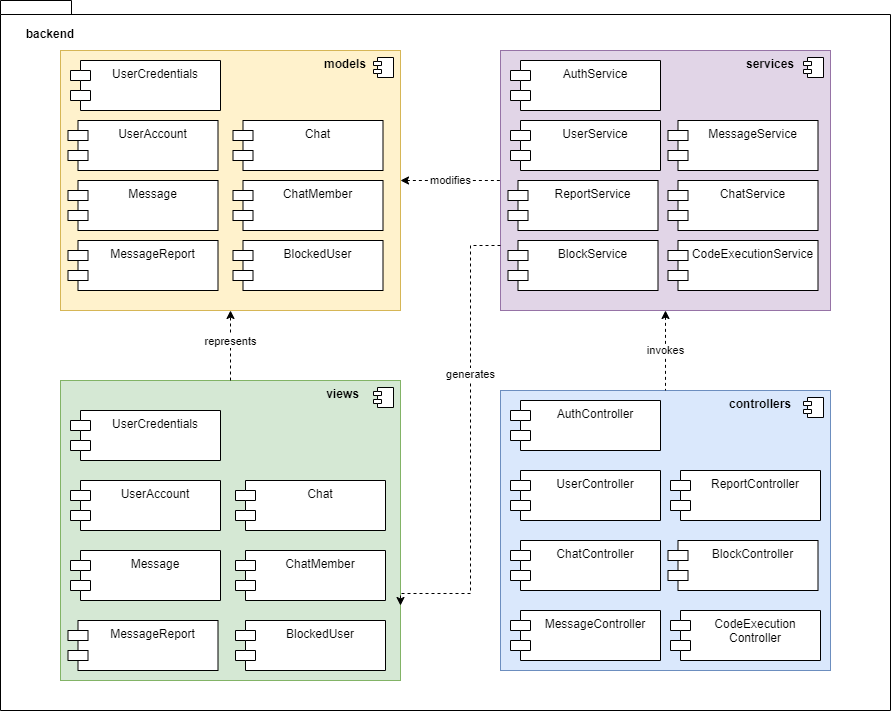
Earlier version of the draw.io export assets/diagrams/backend-modules.png (iulian-rusu/discode). Source tidied: cells renumbered, new cells last; positions are measured from the earlier drawing's top-left corner, leaving out a move shared by most shapes.
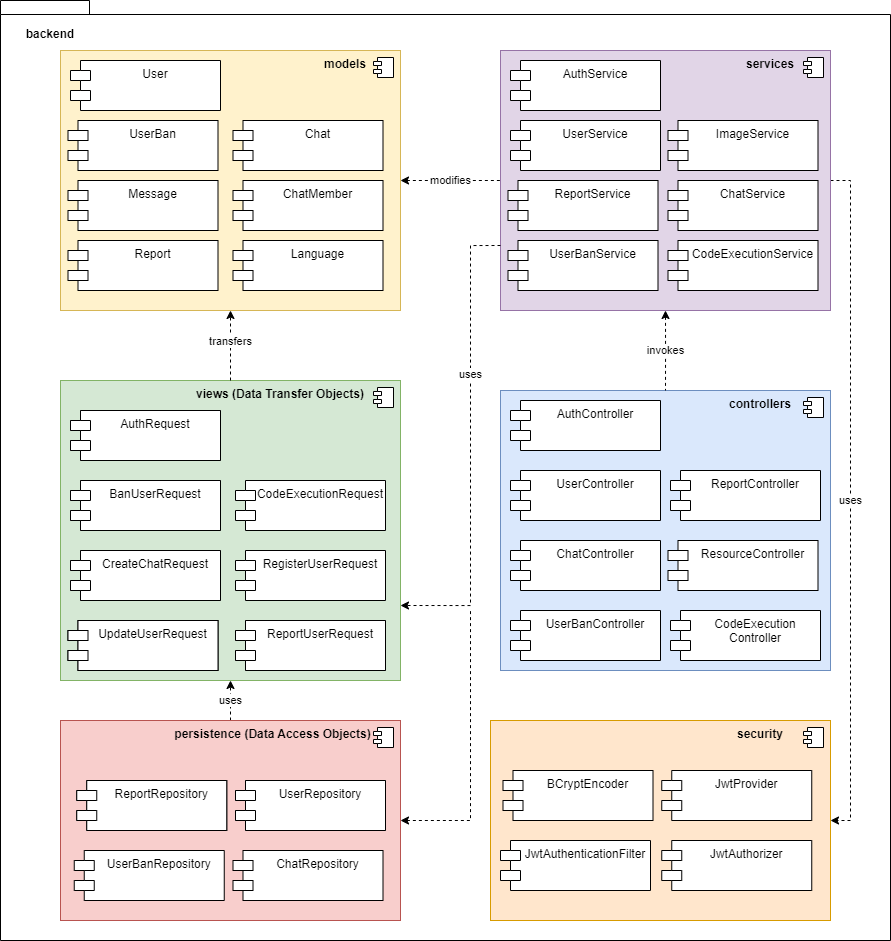
After the commit.

The edit, as a diff of the source:
```diff
@@ -3,7 +3,7 @@
     <mxCell id="0" />
     <mxCell id="1" parent="0" />
     <mxCell id="2" style="shape=folder;fontStyle=1;spacingTop=10;tabWidth=40;tabHeight=14;tabPosition=left;html=1;" parent="1" vertex="1">
-      <mxGeometry width="890" height="710" as="geometry" />
+      <mxGeometry width="890" height="940" as="geometry" />
     </mxCell>
     <mxCell id="3" value="backend" style="text;align=center;fontStyle=1;verticalAlign=middle;spacingLeft=3;spacingRight=3;strokeColor=none;" parent="1" vertex="1">
       <mxGeometry x="10" y="20" width="80" height="26" as="geometry" />
@@ -24,6 +24,14 @@
         <mxPoint x="-27" y="7" as="offset" />
       </mxGeometry>
     </mxCell>
+    <mxCell id="48" value="uses" style="edgeStyle=orthogonalEdgeStyle;rounded=0;jettySize=auto;html=1;entryX=1;entryY=0.5;entryDx=0;entryDy=0;dashed=1;startArrow=none;startFill=0;endArrow=classic;endFill=1;strokeWidth=1;" parent="1" edge="1" source="8" target="62">
+      <mxGeometry relative="1" as="geometry">
+        <Array as="points">
+          <mxPoint x="850" y="180" />
+          <mxPoint x="850" y="820" />
+        </Array>
+      </mxGeometry>
+    </mxCell>
     <mxCell id="8" style="html=1;fillColor=#e1d5e7;strokeColor=#9673a6;" parent="1" vertex="1">
       <mxGeometry x="500" y="50" width="330" height="260" as="geometry" />
     </mxCell>
@@ -32,10 +40,10 @@
         <mxPoint x="-27" y="7" as="offset" />
       </mxGeometry>
     </mxCell>
-    <mxCell id="10" value="UserCredentials" style="shape=module;align=left;spacingLeft=20;align=center;verticalAlign=top;" parent="1" vertex="1">
+    <mxCell id="10" value="User" style="shape=module;align=left;spacingLeft=20;align=center;verticalAlign=top;" parent="1" vertex="1">
       <mxGeometry x="70" y="60" width="150" height="50" as="geometry" />
     </mxCell>
-    <mxCell id="11" value="UserAccount" style="shape=module;align=left;spacingLeft=20;align=center;verticalAlign=top;" parent="1" vertex="1">
+    <mxCell id="11" value="UserBan" style="shape=module;align=left;spacingLeft=20;align=center;verticalAlign=top;" parent="1" vertex="1">
       <mxGeometry x="67.5" y="120" width="150" height="50" as="geometry" />
     </mxCell>
     <mxCell id="12" value="models" style="text;align=center;fontStyle=1;verticalAlign=middle;spacingLeft=3;spacingRight=3;strokeColor=none;" parent="1" vertex="1">
@@ -50,10 +58,10 @@
     <mxCell id="15" value="ChatMember" style="shape=module;align=left;spacingLeft=20;align=center;verticalAlign=top;" parent="1" vertex="1">
       <mxGeometry x="232.5" y="180" width="150" height="50" as="geometry" />
     </mxCell>
-    <mxCell id="16" value="MessageReport" style="shape=module;align=left;spacingLeft=20;align=center;verticalAlign=top;" parent="1" vertex="1">
+    <mxCell id="16" value="Report" style="shape=module;align=left;spacingLeft=20;align=center;verticalAlign=top;" parent="1" vertex="1">
       <mxGeometry x="67.5" y="240" width="150" height="50" as="geometry" />
     </mxCell>
-    <mxCell id="17" value="BlockedUser" style="shape=module;align=left;spacingLeft=20;align=center;verticalAlign=top;" parent="1" vertex="1">
+    <mxCell id="17" value="Language" style="shape=module;align=left;spacingLeft=20;align=center;verticalAlign=top;" parent="1" vertex="1">
       <mxGeometry x="232.5" y="240" width="150" height="50" as="geometry" />
     </mxCell>
     <mxCell id="18" value="services" style="text;align=center;fontStyle=1;verticalAlign=middle;spacingLeft=3;spacingRight=3;strokeColor=none;" parent="1" vertex="1">
@@ -74,7 +82,7 @@
     <mxCell id="23" value="UserService" style="shape=module;align=left;spacingLeft=20;align=center;verticalAlign=top;" parent="1" vertex="1">
       <mxGeometry x="510" y="120" width="150" height="50" as="geometry" />
     </mxCell>
-    <mxCell id="24" value="MessageService" style="shape=module;align=left;spacingLeft=20;align=center;verticalAlign=top;" parent="1" vertex="1">
+    <mxCell id="24" value="ImageService" style="shape=module;align=left;spacingLeft=20;align=center;verticalAlign=top;" parent="1" vertex="1">
       <mxGeometry x="667.5" y="120" width="150" height="50" as="geometry" />
     </mxCell>
     <mxCell id="25" style="html=1;fillColor=#d5e8d4;strokeColor=#82b366;" parent="1" vertex="1">
@@ -85,28 +93,28 @@
         <mxPoint x="-27" y="7" as="offset" />
       </mxGeometry>
     </mxCell>
-    <mxCell id="27" value="views" style="text;align=center;fontStyle=1;verticalAlign=middle;spacingLeft=3;spacingRight=3;strokeColor=none;" parent="1" vertex="1">
-      <mxGeometry x="302.5" y="380" width="80" height="26" as="geometry" />
+    <mxCell id="27" value="views (Data Transfer Objects)" style="text;align=center;fontStyle=1;verticalAlign=middle;spacingLeft=3;spacingRight=3;strokeColor=none;" parent="1" vertex="1">
+      <mxGeometry x="240" y="380" width="80" height="26" as="geometry" />
     </mxCell>
-    <mxCell id="28" value="UserCredentials" style="shape=module;align=left;spacingLeft=20;align=center;verticalAlign=top;" parent="1" vertex="1">
+    <mxCell id="28" value="AuthRequest" style="shape=module;align=left;spacingLeft=20;align=center;verticalAlign=top;" parent="1" vertex="1">
       <mxGeometry x="70" y="410" width="150" height="50" as="geometry" />
     </mxCell>
-    <mxCell id="29" value="UserAccount" style="shape=module;align=left;spacingLeft=20;align=center;verticalAlign=top;" parent="1" vertex="1">
+    <mxCell id="29" value="BanUserRequest" style="shape=module;align=left;spacingLeft=20;align=center;verticalAlign=top;" parent="1" vertex="1">
       <mxGeometry x="70" y="480" width="150" height="50" as="geometry" />
     </mxCell>
-    <mxCell id="30" value="Message" style="shape=module;align=left;spacingLeft=20;align=center;verticalAlign=top;" parent="1" vertex="1">
+    <mxCell id="30" value="CreateChatRequest" style="shape=module;align=left;spacingLeft=20;align=center;verticalAlign=top;" parent="1" vertex="1">
       <mxGeometry x="70" y="550" width="150" height="50" as="geometry" />
     </mxCell>
-    <mxCell id="31" value="ChatMember" style="shape=module;align=left;spacingLeft=20;align=center;verticalAlign=top;" parent="1" vertex="1">
+    <mxCell id="31" value="RegisterUserRequest" style="shape=module;align=left;spacingLeft=20;align=center;verticalAlign=top;" parent="1" vertex="1">
       <mxGeometry x="235" y="550" width="150" height="50" as="geometry" />
     </mxCell>
-    <mxCell id="32" value="MessageReport" style="shape=module;align=left;spacingLeft=20;align=center;verticalAlign=top;" parent="1" vertex="1">
+    <mxCell id="32" value="UpdateUserRequest" style="shape=module;align=left;spacingLeft=20;align=center;verticalAlign=top;" parent="1" vertex="1">
       <mxGeometry x="67.5" y="620" width="150" height="50" as="geometry" />
     </mxCell>
-    <mxCell id="33" value="Chat" style="shape=module;align=left;spacingLeft=20;align=center;verticalAlign=top;" parent="1" vertex="1">
+    <mxCell id="33" value="CodeExecutionRequest" style="shape=module;align=left;spacingLeft=20;align=center;verticalAlign=top;" parent="1" vertex="1">
       <mxGeometry x="235" y="480" width="150" height="50" as="geometry" />
     </mxCell>
-    <mxCell id="34" value="BlockedUser" style="shape=module;align=left;spacingLeft=20;align=center;verticalAlign=top;" parent="1" vertex="1">
+    <mxCell id="34" value="ReportUserRequest" style="shape=module;align=left;spacingLeft=20;align=center;verticalAlign=top;" parent="1" vertex="1">
       <mxGeometry x="235" y="620" width="150" height="50" as="geometry" />
     </mxCell>
     <mxCell id="35" value="AuthController" style="shape=module;align=left;spacingLeft=20;align=center;verticalAlign=top;" parent="1" vertex="1">
@@ -118,7 +126,7 @@
     <mxCell id="37" value="ChatController" style="shape=module;align=left;spacingLeft=20;align=center;verticalAlign=top;" parent="1" vertex="1">
       <mxGeometry x="510" y="540" width="150" height="50" as="geometry" />
     </mxCell>
-    <mxCell id="38" value="MessageController" style="shape=module;align=left;spacingLeft=20;align=center;verticalAlign=top;" parent="1" vertex="1">
+    <mxCell id="38" value="UserBanController" style="shape=module;align=left;spacingLeft=20;align=center;verticalAlign=top;" parent="1" vertex="1">
       <mxGeometry x="510" y="610" width="150" height="50" as="geometry" />
     </mxCell>
     <mxCell id="39" value="ReportController" style="shape=module;align=left;spacingLeft=20;align=center;verticalAlign=top;" parent="1" vertex="1">
@@ -141,7 +149,7 @@
         </Array>
       </mxGeometry>
     </mxCell>
-    <mxCell id="44" value="represents" style="endArrow=classic;dashed=1;html=1;rounded=0;edgeStyle=orthogonalEdgeStyle;entryX=0.5;entryY=1;entryDx=0;entryDy=0;startArrow=none;startFill=0;endFill=1;exitX=0.5;exitY=0;exitDx=0;exitDy=0;" parent="1" edge="1" source="25" target="4">
+    <mxCell id="44" value="transfers" style="endArrow=classic;dashed=1;html=1;rounded=0;edgeStyle=orthogonalEdgeStyle;entryX=0.5;entryY=1;entryDx=0;entryDy=0;startArrow=none;startFill=0;endFill=1;exitX=0.5;exitY=0;exitDx=0;exitDy=0;" parent="1" edge="1" source="25" target="4">
       <mxGeometry x="0.12" relative="1" as="geometry">
         <Array as="points">
           <mxPoint x="230" y="340" />
@@ -149,19 +157,97 @@
         </Array>
       </mxGeometry>
     </mxCell>
-    <mxCell id="45" value="generates" style="endArrow=classic;dashed=1;html=1;rounded=0;edgeStyle=orthogonalEdgeStyle;exitX=0;exitY=0.75;exitDx=0;exitDy=0;entryX=1;entryY=0.75;entryDx=0;entryDy=0;startArrow=none;startFill=0;endFill=1;" parent="1" edge="1" source="8" target="25">
+    <mxCell id="45" value="uses" style="endArrow=classic;dashed=1;html=1;rounded=0;edgeStyle=orthogonalEdgeStyle;exitX=0;exitY=0.75;exitDx=0;exitDy=0;entryX=1;entryY=0.75;entryDx=0;entryDy=0;startArrow=none;startFill=0;endFill=1;" parent="1" edge="1" source="8" target="25">
       <mxGeometry x="-0.31" relative="1" as="geometry">
         <Array as="points">
           <mxPoint x="470" y="245" />
-          <mxPoint x="470" y="593" />
+          <mxPoint x="470" y="605" />
         </Array>
       </mxGeometry>
     </mxCell>
-    <mxCell id="46" value="BlockController" style="shape=module;align=left;spacingLeft=20;align=center;verticalAlign=top;" parent="1" vertex="1">
+    <mxCell id="46" value="ResourceController" style="shape=module;align=left;spacingLeft=20;align=center;verticalAlign=top;" parent="1" vertex="1">
       <mxGeometry x="667.5" y="540" width="150" height="50" as="geometry" />
     </mxCell>
-    <mxCell id="47" value="BlockService" style="shape=module;align=left;spacingLeft=20;align=center;verticalAlign=top;" parent="1" vertex="1">
+    <mxCell id="47" value="UserBanService" style="shape=module;align=left;spacingLeft=20;align=center;verticalAlign=top;" parent="1" vertex="1">
       <mxGeometry x="507.5" y="240" width="150" height="50" as="geometry" />
     </mxCell>
+    <mxCell id="49" value="uses" style="edgeStyle=orthogonalEdgeStyle;rounded=0;jettySize=auto;html=1;dashed=1;" parent="1" edge="1" source="50" target="25">
+      <mxGeometry relative="1" as="geometry" />
+    </mxCell>
+    <mxCell id="50" style="html=1;fillColor=#f8cecc;strokeColor=#b85450;" parent="1" vertex="1">
+      <mxGeometry x="60" y="720" width="340" height="200" as="geometry" />
+    </mxCell>
+    <mxCell id="51" style="shape=module;jettyWidth=8;jettyHeight=4;" parent="50" vertex="1">
+      <mxGeometry x="1" width="20" height="20" relative="1" as="geometry">
+        <mxPoint x="-27" y="7" as="offset" />
+      </mxGeometry>
+    </mxCell>
+    <mxCell id="52" value="persistence (Data Access Objects)" style="text;align=center;fontStyle=1;verticalAlign=middle;spacingLeft=3;spacingRight=3;strokeColor=none;" parent="1" vertex="1">
+      <mxGeometry x="232.5" y="720" width="80" height="26" as="geometry" />
+    </mxCell>
+    <mxCell id="53" value="AuthRequest" style="shape=module;align=left;spacingLeft=20;align=center;verticalAlign=top;" parent="1" vertex="1">
+      <mxGeometry x="70" y="410" width="150" height="50" as="geometry" />
+    </mxCell>
+    <mxCell id="54" value="BanUserRequest" style="shape=module;align=left;spacingLeft=20;align=center;verticalAlign=top;" parent="1" vertex="1">
+      <mxGeometry x="70" y="480" width="150" height="50" as="geometry" />
+    </mxCell>
+    <mxCell id="55" value="CreateChatRequest" style="shape=module;align=left;spacingLeft=20;align=center;verticalAlign=top;" parent="1" vertex="1">
+      <mxGeometry x="70" y="550" width="150" height="50" as="geometry" />
+    </mxCell>
+    <mxCell id="56" value="UpdateUserRequest" style="shape=module;align=left;spacingLeft=20;align=center;verticalAlign=top;" parent="1" vertex="1">
+      <mxGeometry x="67.5" y="620" width="150" height="50" as="geometry" />
+    </mxCell>
+    <mxCell id="57" value="ReportUserRequest" style="shape=module;align=left;spacingLeft=20;align=center;verticalAlign=top;" parent="1" vertex="1">
+      <mxGeometry x="235" y="620" width="150" height="50" as="geometry" />
+    </mxCell>
+    <mxCell id="58" value="UserRepository" style="shape=module;align=left;spacingLeft=20;align=center;verticalAlign=top;" parent="1" vertex="1">
+      <mxGeometry x="235" y="780" width="150" height="50" as="geometry" />
+    </mxCell>
+    <mxCell id="59" value="ReportRepository" style="shape=module;align=left;spacingLeft=20;align=center;verticalAlign=top;" parent="1" vertex="1">
+      <mxGeometry x="76.2" y="780" width="150" height="50" as="geometry" />
+    </mxCell>
+    <mxCell id="60" value="UserBanRepository" style="shape=module;align=left;spacingLeft=20;align=center;verticalAlign=top;" parent="1" vertex="1">
+      <mxGeometry x="73.8" y="850" width="150" height="50" as="geometry" />
+    </mxCell>
+    <mxCell id="61" value="ChatRepository" style="shape=module;align=left;spacingLeft=20;align=center;verticalAlign=top;" parent="1" vertex="1">
+      <mxGeometry x="232.5" y="850" width="150" height="50" as="geometry" />
+    </mxCell>
+    <mxCell id="62" style="html=1;fillColor=#ffe6cc;strokeColor=#d79b00;" parent="1" vertex="1">
+      <mxGeometry x="490" y="720" width="340" height="200" as="geometry" />
+    </mxCell>
+    <mxCell id="63" style="shape=module;jettyWidth=8;jettyHeight=4;" parent="62" vertex="1">
+      <mxGeometry x="1" width="20" height="20" relative="1" as="geometry">
+        <mxPoint x="-27" y="7" as="offset" />
+      </mxGeometry>
+    </mxCell>
+    <mxCell id="64" value="security" style="text;align=center;fontStyle=1;verticalAlign=middle;spacingLeft=3;spacingRight=3;strokeColor=none;" parent="1" vertex="1">
+      <mxGeometry x="720" y="720" width="80" height="26" as="geometry" />
+    </mxCell>
+    <mxCell id="65" style="endArrow=none;dashed=1;html=1;strokeWidth=1;rounded=0;exitX=1;exitY=0.5;exitDx=0;exitDy=0;endFill=0;startArrow=classic;startFill=1;" parent="1" edge="1" source="50">
+      <mxGeometry relative="1" as="geometry">
+        <mxPoint x="470" y="610" as="targetPoint" />
+        <Array as="points">
+          <mxPoint x="470" y="820" />
+        </Array>
+      </mxGeometry>
+    </mxCell>
+    <mxCell id="66" value="ReportRepository" style="shape=module;align=left;spacingLeft=20;align=center;verticalAlign=top;" parent="1" vertex="1">
+      <mxGeometry x="76.2" y="780" width="150" height="50" as="geometry" />
+    </mxCell>
+    <mxCell id="67" value="UserRepository" style="shape=module;align=left;spacingLeft=20;align=center;verticalAlign=top;" parent="1" vertex="1">
+      <mxGeometry x="235" y="780" width="150" height="50" as="geometry" />
+    </mxCell>
+    <mxCell id="68" value="JwtAuthenticationFilter" style="shape=module;align=left;spacingLeft=20;align=center;verticalAlign=top;" parent="1" vertex="1">
+      <mxGeometry x="500" y="840" width="150" height="50" as="geometry" />
+    </mxCell>
+    <mxCell id="69" value="BCryptEncoder" style="shape=module;align=left;spacingLeft=20;align=center;verticalAlign=top;" parent="1" vertex="1">
+      <mxGeometry x="502.5" y="770" width="150" height="50" as="geometry" />
+    </mxCell>
+    <mxCell id="70" value="JwtProvider" style="shape=module;align=left;spacingLeft=20;align=center;verticalAlign=top;" parent="1" vertex="1">
+      <mxGeometry x="661.2" y="770" width="150" height="50" as="geometry" />
+    </mxCell>
+    <mxCell id="71" value="JwtAuthorizer" style="shape=module;align=left;spacingLeft=20;align=center;verticalAlign=top;" parent="1" vertex="1">
+      <mxGeometry x="661.2" y="840" width="150" height="50" as="geometry" />
+    </mxCell>
   </root>
 </mxGraphModel>
```
